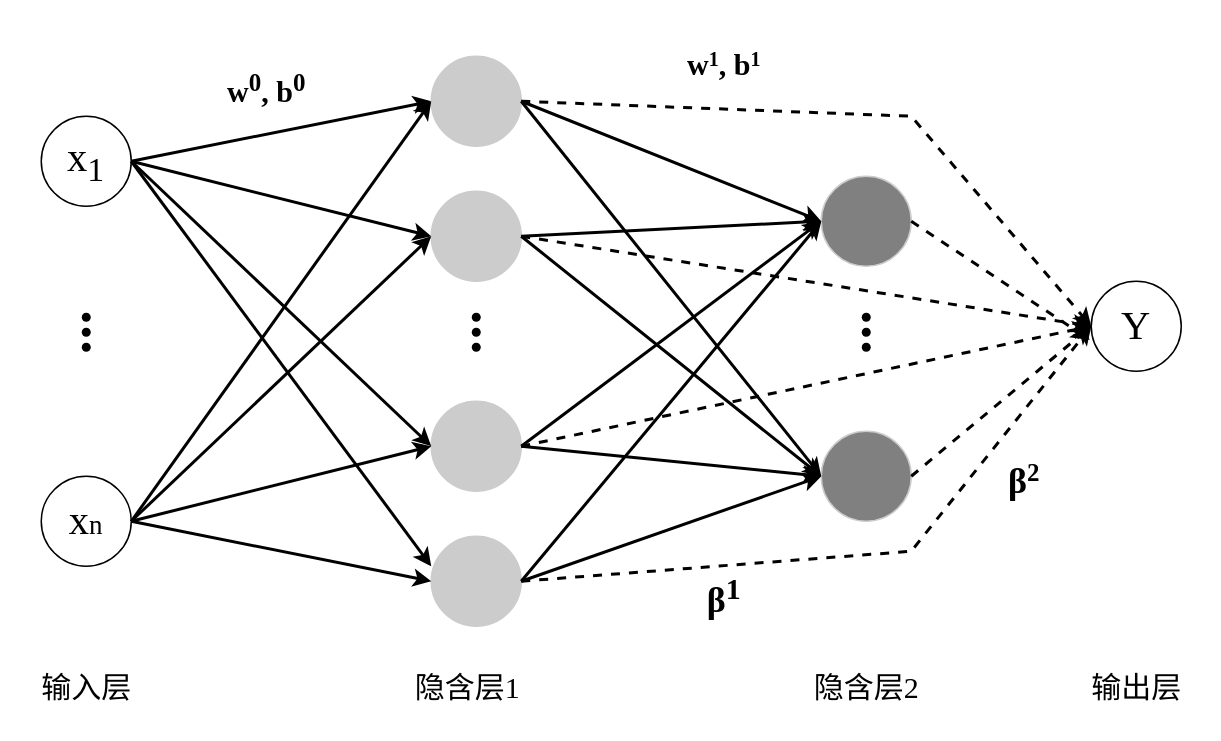
The draw.io diagram DSCN.drawio in hmh38324/diagrams, before the edit. Source tidied: cells renumbered, new cells numbered last; positions are measured from the earlier drawing's top-left corner, leaving out a move shared by most shapes. Both pictures are drawn from the tidied source at 150%, with x=0, y=0 at pixel (26, 26).
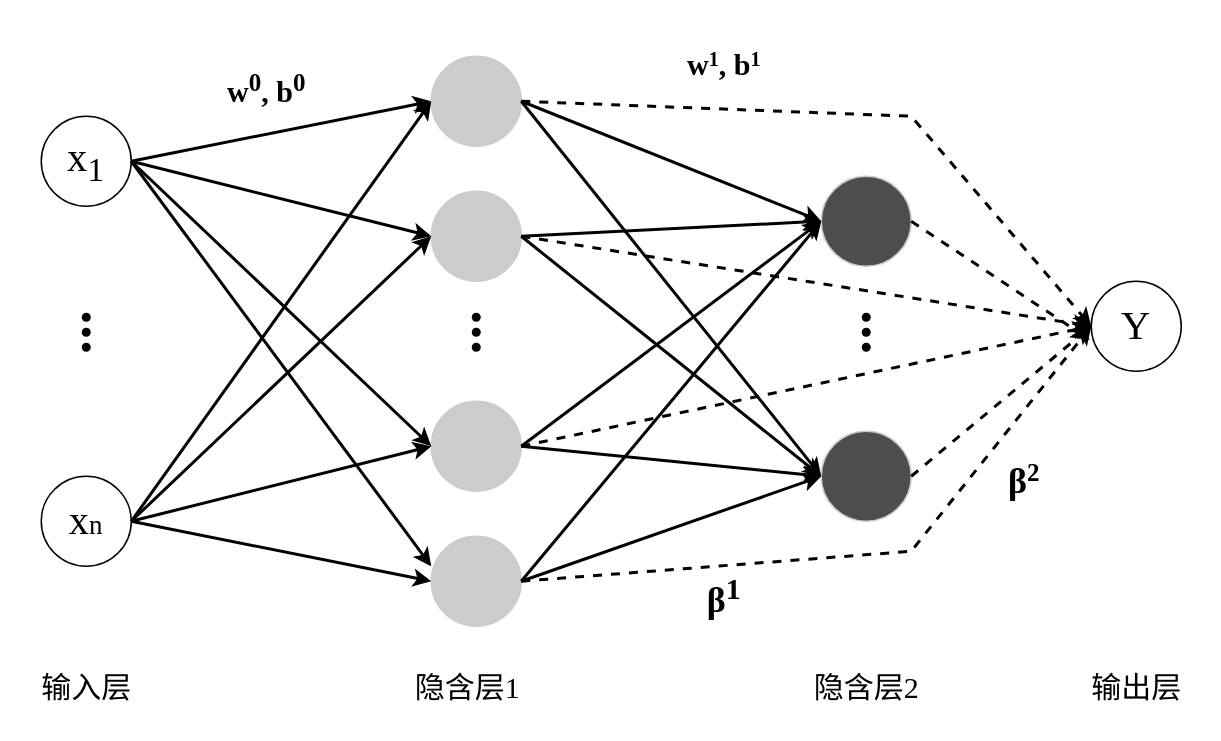
The same diagram, later.

What changed in the source:
```diff
@@
-    <mxCell id="22" style="ellipse;whiteSpace=wrap;html=1;fillColor=#808080;strokeColor=#CCCCCC;fontFamily=Times New Roman;" parent="1" vertex="1">
+    <mxCell id="22" style="ellipse;whiteSpace=wrap;html=1;fillColor=#4D4D4D;strokeColor=#CCCCCC;fontFamily=Times New Roman;" parent="1" vertex="1">
       <mxGeometry x="530" y="100" width="60" height="60" as="geometry" />
     </mxCell>
-    <mxCell id="23" style="ellipse;whiteSpace=wrap;html=1;fillColor=#808080;strokeColor=#CCCCCC;fontFamily=Times New Roman;" parent="1" vertex="1">
+    <mxCell id="23" style="ellipse;whiteSpace=wrap;html=1;fillColor=#4D4D4D;strokeColor=#CCCCCC;fontFamily=Times New Roman;" parent="1" vertex="1">
       <mxGeometry x="530" y="270" width="60" height="60" as="geometry" />
     </mxCell>
```
